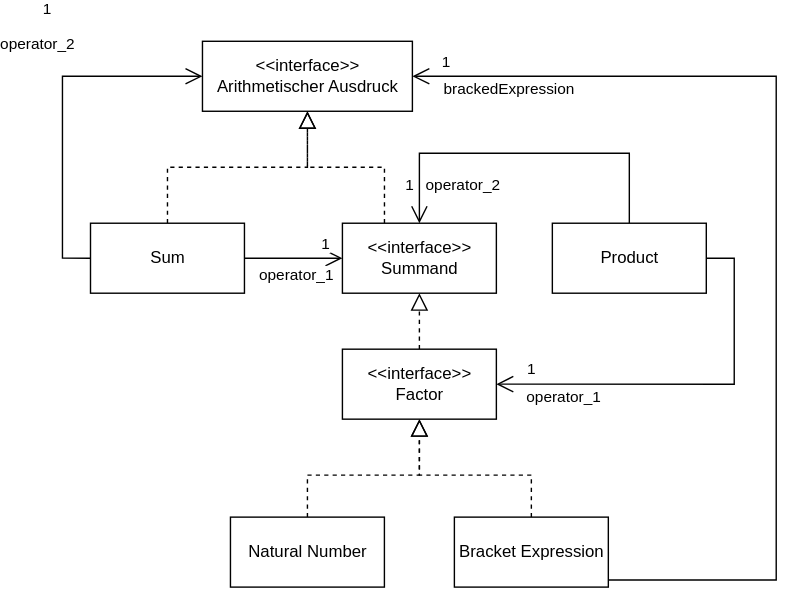
seb-kch/fhdw-arithmetisch keeps this draw.io diagram as documentation/woche_6/arithmetic(25b).svg. Above is the earlier version. Source tidied: cells renumbered, new cells last; positions are measured from the earlier drawing's top-left corner, leaving out a move shared by most shapes. The source it was exported from:
```xml
<mxGraphModel>
  <root>
    <mxCell id="0" />
    <mxCell id="1" parent="0" />
    <mxCell id="2" value="&amp;lt;&amp;lt;interface&amp;gt;&amp;gt;&lt;br&gt;Arithmetischer Ausdruck" style="html=1;" parent="1" vertex="1">
      <mxGeometry x="80" width="150" height="50" as="geometry" />
    </mxCell>
    <mxCell id="3" style="edgeStyle=orthogonalEdgeStyle;rounded=0;jettySize=auto;html=1;endArrow=block;endFill=0;endSize=10;dashed=1;" parent="1" edge="1" source="4" target="11">
      <mxGeometry relative="1" as="geometry">
        <Array as="points">
          <mxPoint x="155" y="310" />
          <mxPoint x="235" y="310" />
        </Array>
      </mxGeometry>
    </mxCell>
    <mxCell id="4" value="Natural Number" style="html=1;" parent="1" vertex="1">
      <mxGeometry x="100" y="340" width="110" height="50" as="geometry" />
    </mxCell>
    <mxCell id="5" style="edgeStyle=orthogonalEdgeStyle;rounded=0;jettySize=auto;html=1;entryX=0.5;entryY=1;entryDx=0;entryDy=0;endArrow=block;endFill=0;endSize=10;dashed=1;" parent="1" edge="1" source="9" target="11">
      <mxGeometry relative="1" as="geometry">
        <Array as="points">
          <mxPoint x="315" y="310" />
          <mxPoint x="235" y="310" />
        </Array>
      </mxGeometry>
    </mxCell>
    <mxCell id="6" style="edgeStyle=orthogonalEdgeStyle;rounded=0;jettySize=auto;html=1;entryX=1;entryY=0.5;entryDx=0;entryDy=0;endArrow=open;endFill=0;endSize=10;exitX=1;exitY=0.5;exitDx=0;exitDy=0;" parent="1" edge="1" source="9" target="2">
      <mxGeometry relative="1" as="geometry">
        <Array as="points">
          <mxPoint x="490" y="385" />
          <mxPoint x="490" y="25" />
        </Array>
      </mxGeometry>
    </mxCell>
    <mxCell id="7" value="1" style="edgeLabel;html=1;align=center;verticalAlign=middle;" parent="6" vertex="1">
      <mxGeometry x="0.91" relative="1" as="geometry">
        <mxPoint x="-11" y="-10" as="offset" />
      </mxGeometry>
    </mxCell>
    <mxCell id="8" value="brackedExpression" style="edgeLabel;html=1;align=center;verticalAlign=middle;" parent="6" vertex="1">
      <mxGeometry x="0.89" y="3" relative="1" as="geometry">
        <mxPoint x="27" y="6" as="offset" />
      </mxGeometry>
    </mxCell>
    <mxCell id="9" value="Bracket Expression" style="html=1;" parent="1" vertex="1">
      <mxGeometry x="260" y="340" width="110" height="50" as="geometry" />
    </mxCell>
    <mxCell id="10" style="edgeStyle=orthogonalEdgeStyle;rounded=0;jettySize=auto;html=1;endArrow=block;endFill=0;endSize=10;dashed=1;" parent="1" edge="1" source="11" target="13">
      <mxGeometry relative="1" as="geometry" />
    </mxCell>
    <mxCell id="11" value="&amp;lt;&amp;lt;interface&amp;gt;&amp;gt;&lt;br&gt;Factor" style="html=1;" parent="1" vertex="1">
      <mxGeometry x="180" y="220" width="110" height="50" as="geometry" />
    </mxCell>
    <mxCell id="12" style="edgeStyle=orthogonalEdgeStyle;rounded=0;jettySize=auto;html=1;dashed=1;endArrow=block;endFill=0;endSize=10;" parent="1" edge="1" source="13" target="2">
      <mxGeometry relative="1" as="geometry">
        <Array as="points">
          <mxPoint x="210" y="90" />
          <mxPoint x="155" y="90" />
        </Array>
      </mxGeometry>
    </mxCell>
    <mxCell id="13" value="&amp;lt;&amp;lt;interface&amp;gt;&amp;gt;&lt;br&gt;Summand" style="html=1;" parent="1" vertex="1">
      <mxGeometry x="180" y="130" width="110" height="50" as="geometry" />
    </mxCell>
    <mxCell id="14" style="edgeStyle=orthogonalEdgeStyle;rounded=0;jettySize=auto;html=1;entryX=1;entryY=0.5;entryDx=0;entryDy=0;endArrow=open;endFill=0;endSize=10;exitX=1;exitY=0.5;exitDx=0;exitDy=0;" parent="1" edge="1" source="20" target="11">
      <mxGeometry relative="1" as="geometry" />
    </mxCell>
    <mxCell id="15" value="operator_1" style="edgeLabel;html=1;align=center;verticalAlign=middle;" parent="14" vertex="1">
      <mxGeometry x="0.18" y="2" relative="1" as="geometry">
        <mxPoint x="-68" y="7" as="offset" />
      </mxGeometry>
    </mxCell>
    <mxCell id="16" value="1" style="edgeLabel;html=1;align=center;verticalAlign=middle;" parent="14" vertex="1">
      <mxGeometry x="0.42" relative="1" as="geometry">
        <mxPoint x="-57" y="-11" as="offset" />
      </mxGeometry>
    </mxCell>
    <mxCell id="17" style="edgeStyle=orthogonalEdgeStyle;rounded=0;jettySize=auto;html=1;entryX=0.5;entryY=0;entryDx=0;entryDy=0;endArrow=open;endFill=0;endSize=10;" parent="1" edge="1" source="20" target="13">
      <mxGeometry relative="1" as="geometry">
        <Array as="points">
          <mxPoint x="235" y="80" />
        </Array>
      </mxGeometry>
    </mxCell>
    <mxCell id="18" value="operator_2" style="edgeLabel;html=1;align=center;verticalAlign=middle;" parent="17" vertex="1">
      <mxGeometry x="0.05" y="-1" relative="1" as="geometry">
        <mxPoint x="-37" y="24" as="offset" />
      </mxGeometry>
    </mxCell>
    <mxCell id="19" value="1" style="edgeLabel;html=1;align=center;verticalAlign=middle;" parent="17" vertex="1">
      <mxGeometry x="0.67" y="-1" relative="1" as="geometry">
        <mxPoint x="-6" y="14" as="offset" />
      </mxGeometry>
    </mxCell>
    <mxCell id="20" value="Product" style="html=1;" parent="1" vertex="1">
      <mxGeometry x="330" y="130" width="110" height="50" as="geometry" />
    </mxCell>
    <mxCell id="21" style="edgeStyle=orthogonalEdgeStyle;rounded=0;jettySize=auto;html=1;entryX=0;entryY=0.5;entryDx=0;entryDy=0;endArrow=open;endFill=0;endSize=10;exitX=1;exitY=0.5;exitDx=0;exitDy=0;" parent="1" edge="1" source="28" target="13">
      <mxGeometry relative="1" as="geometry" />
    </mxCell>
    <mxCell id="22" value="operator_1" style="edgeLabel;html=1;align=center;verticalAlign=middle;" parent="21" vertex="1">
      <mxGeometry x="0.34" y="-2" relative="1" as="geometry">
        <mxPoint x="-10" y="10" as="offset" />
      </mxGeometry>
    </mxCell>
    <mxCell id="23" value="1" style="edgeLabel;html=1;align=center;verticalAlign=middle;" parent="21" vertex="1">
      <mxGeometry x="0.56" y="1" relative="1" as="geometry">
        <mxPoint x="3" y="-9" as="offset" />
      </mxGeometry>
    </mxCell>
    <mxCell id="24" style="edgeStyle=orthogonalEdgeStyle;rounded=0;jettySize=auto;html=1;entryX=0.5;entryY=1;entryDx=0;entryDy=0;endArrow=block;endFill=0;endSize=10;dashed=1;" parent="1" edge="1" source="28" target="2">
      <mxGeometry relative="1" as="geometry" />
    </mxCell>
    <mxCell id="25" style="edgeStyle=orthogonalEdgeStyle;rounded=0;jettySize=auto;html=1;entryX=0;entryY=0.5;entryDx=0;entryDy=0;endArrow=open;endFill=0;endSize=10;exitX=0;exitY=0.5;exitDx=0;exitDy=0;" parent="1" edge="1" source="28" target="2">
      <mxGeometry relative="1" as="geometry" />
    </mxCell>
    <mxCell id="26" value="operator_2" style="edgeLabel;html=1;align=center;verticalAlign=middle;" parent="25" vertex="1">
      <mxGeometry x="0.33" y="-1" relative="1" as="geometry">
        <mxPoint x="-34" y="-24" as="offset" />
      </mxGeometry>
    </mxCell>
    <mxCell id="27" value="1" style="edgeLabel;html=1;align=center;verticalAlign=middle;" parent="25" vertex="1">
      <mxGeometry x="0.03" y="1" relative="1" as="geometry">
        <mxPoint x="-10" y="-70" as="offset" />
      </mxGeometry>
    </mxCell>
    <mxCell id="28" value="Sum" style="html=1;" parent="1" vertex="1">
      <mxGeometry y="130" width="110" height="50" as="geometry" />
    </mxCell>
  </root>
</mxGraphModel>
```
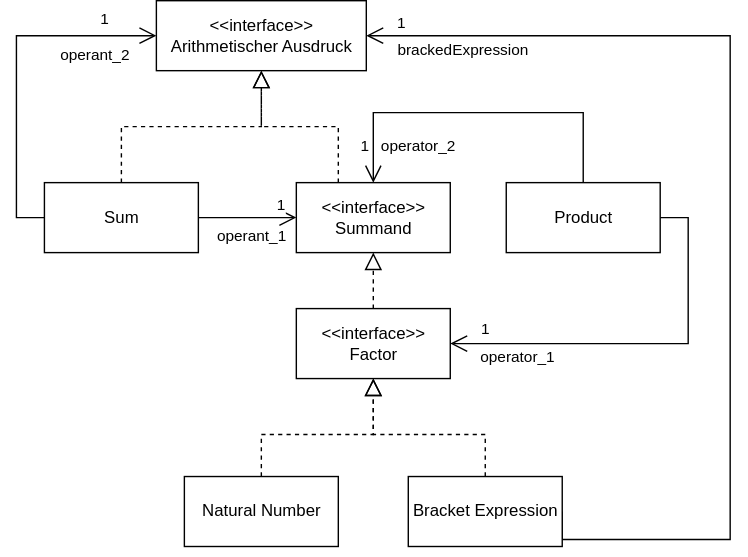
Above is the later version.

The edit, as a diff of the source:
```diff
@@ -98,7 +98,7 @@
     <mxCell id="21" style="edgeStyle=orthogonalEdgeStyle;rounded=0;jettySize=auto;html=1;entryX=0;entryY=0.5;entryDx=0;entryDy=0;endArrow=open;endFill=0;endSize=10;exitX=1;exitY=0.5;exitDx=0;exitDy=0;" parent="1" edge="1" source="28" target="13">
       <mxGeometry relative="1" as="geometry" />
     </mxCell>
-    <mxCell id="22" value="operator_1" style="edgeLabel;html=1;align=center;verticalAlign=middle;" parent="21" vertex="1">
+    <mxCell id="22" value="operant_1" style="edgeLabel;html=1;align=center;verticalAlign=middle;" parent="21" vertex="1">
       <mxGeometry x="0.34" y="-2" relative="1" as="geometry">
         <mxPoint x="-10" y="10" as="offset" />
       </mxGeometry>
@@ -114,14 +114,14 @@
     <mxCell id="25" style="edgeStyle=orthogonalEdgeStyle;rounded=0;jettySize=auto;html=1;entryX=0;entryY=0.5;entryDx=0;entryDy=0;endArrow=open;endFill=0;endSize=10;exitX=0;exitY=0.5;exitDx=0;exitDy=0;" parent="1" edge="1" source="28" target="2">
       <mxGeometry relative="1" as="geometry" />
     </mxCell>
-    <mxCell id="26" value="operator_2" style="edgeLabel;html=1;align=center;verticalAlign=middle;" parent="25" vertex="1">
+    <mxCell id="26" value="operant_2" style="edgeLabel;html=1;align=center;verticalAlign=middle;" parent="25" vertex="1">
       <mxGeometry x="0.33" y="-1" relative="1" as="geometry">
-        <mxPoint x="-34" y="-24" as="offset" />
+        <mxPoint x="39" y="12" as="offset" />
       </mxGeometry>
     </mxCell>
     <mxCell id="27" value="1" style="edgeLabel;html=1;align=center;verticalAlign=middle;" parent="25" vertex="1">
       <mxGeometry x="0.03" y="1" relative="1" as="geometry">
-        <mxPoint x="-10" y="-70" as="offset" />
+        <mxPoint x="63" y="-34" as="offset" />
       </mxGeometry>
     </mxCell>
     <mxCell id="28" value="Sum" style="html=1;" parent="1" vertex="1">
```
